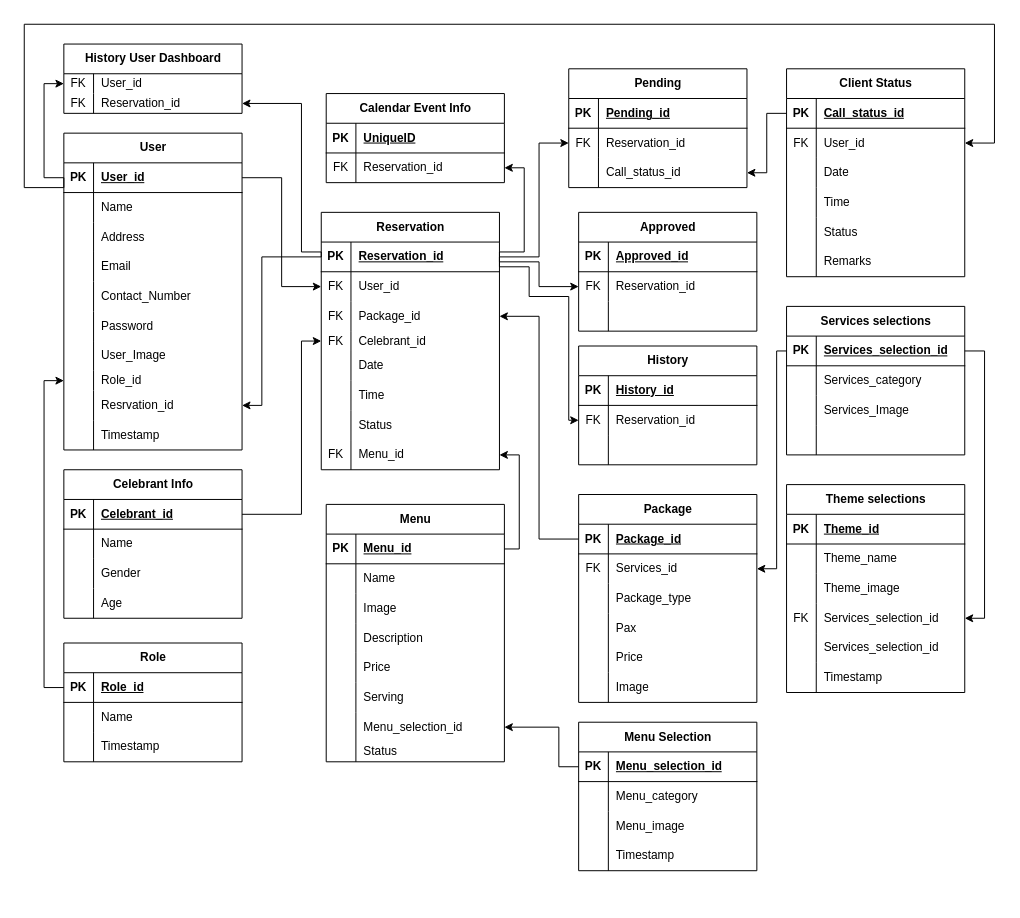
This is Untitled Diagram.drawio from jcedriciglesias/Mihanz-Catering-Redo, a draw.io file, before an edit. Source tidied: cells renumbered, new cells numbered last; positions are measured from the earlier drawing's top-left corner, leaving out a move shared by most shapes. Both pictures are drawn from the tidied source at 99%, with x=0, y=0 at pixel (24, 24).
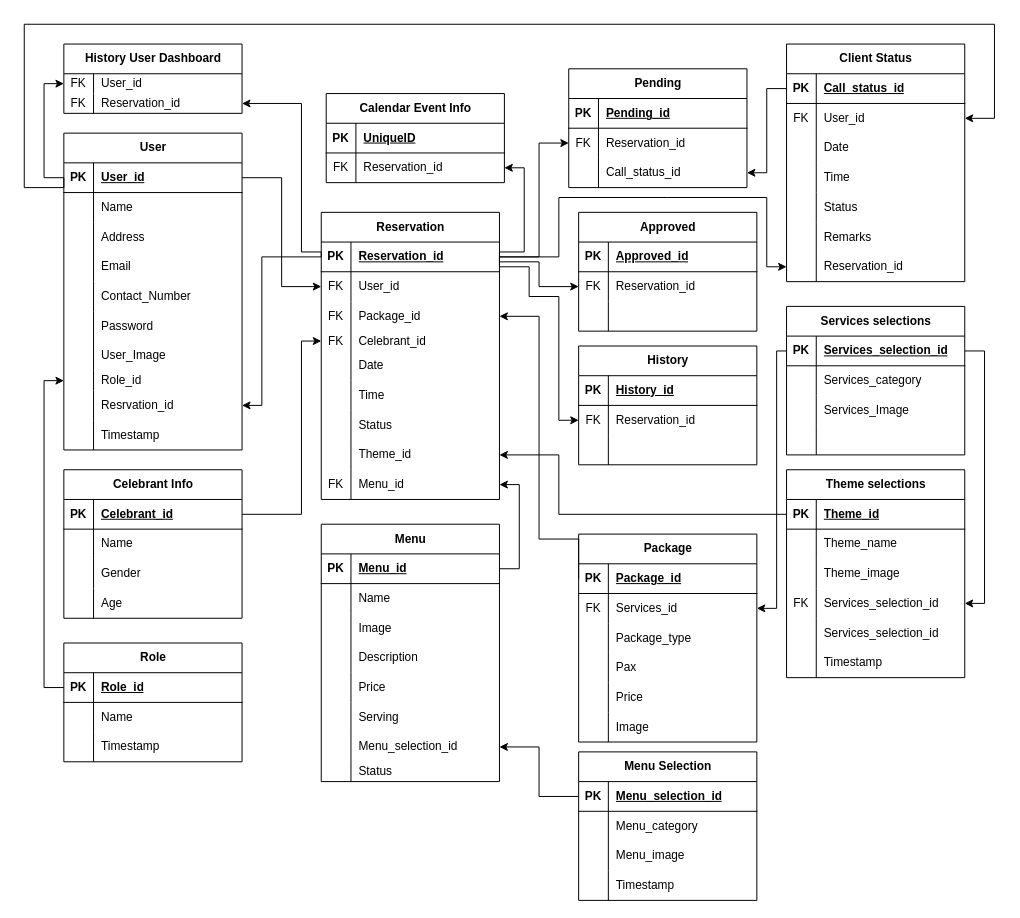
Above is the later version.

Unchanged cells that the change refers to:
```xml
<mxCell id="3" style="shape=tableRow;horizontal=0;startSize=0;swimlaneHead=0;swimlaneBody=0;fillColor=none;points=[[0,0.5],[1,0.5]];portConstraint=eastwest;top=0;left=0;right=0;bottom=1;" parent="2" vertex="1">
  <mxGeometry y="30" width="180" height="30" as="geometry" />
</mxCell>
<mxCell id="34" style="shape=tableRow;horizontal=0;startSize=0;swimlaneHead=0;swimlaneBody=0;fillColor=none;points=[[0,0.5],[1,0.5]];portConstraint=eastwest;top=0;left=0;right=0;bottom=1;" parent="33" vertex="1">
  <mxGeometry y="30" width="180" height="30" as="geometry" />
</mxCell>
<mxCell id="69" style="shape=tableRow;horizontal=0;startSize=0;swimlaneHead=0;swimlaneBody=0;fillColor=none;points=[[0,0.5],[1,0.5]];portConstraint=eastwest;top=0;left=0;right=0;bottom=1;" parent="68" vertex="1">
  <mxGeometry y="30" width="180" height="30" as="geometry" />
</mxCell>
<mxCell id="87" style="shape=tableRow;horizontal=0;startSize=0;swimlaneHead=0;swimlaneBody=0;fillColor=none;points=[[0,0.5],[1,0.5]];portConstraint=eastwest;top=0;left=0;right=0;bottom=0;" parent="68" vertex="1">
  <mxGeometry y="210" width="180" height="30" as="geometry" />
</mxCell>
<mxCell id="98" style="shape=tableRow;horizontal=0;startSize=0;swimlaneHead=0;swimlaneBody=0;fillColor=none;points=[[0,0.5],[1,0.5]];portConstraint=eastwest;top=0;left=0;right=0;bottom=0;" parent="94" vertex="1">
  <mxGeometry y="60" width="180" height="30" as="geometry" />
</mxCell>
<mxCell id="118" style="shape=tableRow;horizontal=0;startSize=0;swimlaneHead=0;swimlaneBody=0;fillColor=none;points=[[0,0.5],[1,0.5]];portConstraint=eastwest;top=0;left=0;right=0;bottom=0;" parent="114" vertex="1">
  <mxGeometry y="60" width="180" height="30" as="geometry" />
</mxCell>
<mxCell id="134" style="shape=tableRow;horizontal=0;startSize=0;swimlaneHead=0;swimlaneBody=0;fillColor=none;points=[[0,0.5],[1,0.5]];portConstraint=eastwest;top=0;left=0;right=0;bottom=1;" parent="133" vertex="1">
  <mxGeometry y="30" width="180" height="30" as="geometry" />
</mxCell>
<mxCell id="147" style="shape=tableRow;horizontal=0;startSize=0;swimlaneHead=0;swimlaneBody=0;fillColor=none;points=[[0,0.5],[1,0.5]];portConstraint=eastwest;top=0;left=0;right=0;bottom=1;" parent="146" vertex="1">
  <mxGeometry y="30" width="180" height="30" as="geometry" />
</mxCell>
<mxCell id="179" style="shape=tableRow;horizontal=0;startSize=0;swimlaneHead=0;swimlaneBody=0;fillColor=none;points=[[0,0.5],[1,0.5]];portConstraint=eastwest;top=0;left=0;right=0;bottom=0;" parent="175" vertex="1">
  <mxGeometry y="60" width="180" height="30" as="geometry" />
</mxCell>
<mxCell id="233" style="shape=tableRow;horizontal=0;startSize=0;swimlaneHead=0;swimlaneBody=0;fillColor=none;points=[[0,0.5],[1,0.5]];portConstraint=eastwest;top=0;left=0;right=0;bottom=1;" parent="232" vertex="1">
  <mxGeometry y="30" width="180" height="30" as="geometry" />
</mxCell>
```

What changed in the source:
```diff
@@
     <mxCell id="33" value="Reservation" style="shape=table;startSize=30;childLayout=tableLayout;rowLines=0;fontStyle=1;align=center;html=1;" parent="1" vertex="1">
-      <mxGeometry x="300" y="190" width="180" height="260" as="geometry" />
+      <mxGeometry x="300" y="190" width="180" height="290" as="geometry" />
     </mxCell>
@@
+    <mxCell id="250" style="shape=tableRow;horizontal=0;startSize=0;swimlaneHead=0;swimlaneBody=0;fillColor=none;points=[[0,0.5],[1,0.5]];portConstraint=eastwest;top=0;left=0;right=0;bottom=0;" parent="33" vertex="1">
+      <mxGeometry y="230" width="180" height="30" as="geometry" />
+    </mxCell>
+    <mxCell id="251" style="shape=partialRectangle;fillColor=none;top=0;left=0;bottom=0;right=0;overflow=hidden;whiteSpace=wrap;html=1;" parent="250" vertex="1">
+      <mxGeometry width="30" height="30" as="geometry" />
+    </mxCell>
+    <mxCell id="252" value="Theme_id" style="shape=partialRectangle;fillColor=none;top=0;left=0;bottom=0;right=0;align=left;spacingLeft=6;overflow=hidden;whiteSpace=wrap;html=1;" parent="250" vertex="1">
+      <mxGeometry x="30" width="150" height="30" as="geometry" />
+    </mxCell>
     <mxCell id="55" style="shape=tableRow;horizontal=0;startSize=0;swimlaneHead=0;swimlaneBody=0;fillColor=none;points=[[0,0.5],[1,0.5]];portConstraint=eastwest;top=0;left=0;right=0;bottom=0;" parent="33" vertex="1">
-      <mxGeometry y="230" width="180" height="30" as="geometry" />
+      <mxGeometry y="260" width="180" height="30" as="geometry" />
     </mxCell>
@@
     <mxCell id="68" value="Menu" style="shape=table;startSize=30;childLayout=tableLayout;rowLines=0;fontStyle=1;align=center;html=1;" parent="1" vertex="1">
-      <mxGeometry x="305" y="485" width="180" height="260" as="geometry" />
+      <mxGeometry x="300" y="505" width="180" height="260" as="geometry" />
     </mxCell>
@@
     <mxCell id="93" style="edgeStyle=orthogonalEdgeStyle;rounded=0;jettySize=auto;html=1;exitX=1;exitY=0.5;exitDx=0;exitDy=0;entryX=1;entryY=0.5;entryDx=0;entryDy=0;" parent="1" edge="1" source="69" target="55">
       <mxGeometry relative="1" as="geometry">
         <Array as="points">
-          <mxPoint x="500" y="530" />
-          <mxPoint x="500" y="435" />
+          <mxPoint x="500" y="550" />
+          <mxPoint x="500" y="465" />
         </Array>
       </mxGeometry>
     </mxCell>
     <mxCell id="94" value="Client Status" style="shape=table;startSize=30;childLayout=tableLayout;rowLines=0;fontStyle=1;align=center;html=1;" parent="1" vertex="1">
-      <mxGeometry x="770" y="45" width="180" height="210" as="geometry" />
+      <mxGeometry x="770" y="20" width="180" height="240" as="geometry" />
     </mxCell>
@@
+    <mxCell id="253" style="shape=tableRow;horizontal=0;startSize=0;swimlaneHead=0;swimlaneBody=0;fillColor=none;points=[[0,0.5],[1,0.5]];portConstraint=eastwest;top=0;left=0;right=0;bottom=0;" parent="94" vertex="1">
+      <mxGeometry y="210" width="180" height="30" as="geometry" />
+    </mxCell>
+    <mxCell id="254" style="shape=partialRectangle;fillColor=none;top=0;left=0;bottom=0;right=0;overflow=hidden;whiteSpace=wrap;html=1;" parent="253" vertex="1">
+      <mxGeometry width="30" height="30" as="geometry" />
+    </mxCell>
+    <mxCell id="255" value="Reservation_id" style="shape=partialRectangle;fillColor=none;top=0;left=0;bottom=0;right=0;align=left;spacingLeft=6;overflow=hidden;whiteSpace=wrap;html=1;" parent="253" vertex="1">
+      <mxGeometry x="30" width="150" height="30" as="geometry" />
+    </mxCell>
     <mxCell id="113" style="edgeStyle=orthogonalEdgeStyle;rounded=0;jettySize=auto;html=1;exitX=0;exitY=0.5;exitDx=0;exitDy=0;entryX=1;entryY=0.5;entryDx=0;entryDy=0;" parent="1" edge="1" source="3" target="98">
       <mxGeometry relative="1" as="geometry">
         <Array as="points">
           <mxPoint x="40" y="165" />
           <mxPoint y="165" />
           <mxPoint />
           <mxPoint x="980" />
-          <mxPoint x="980" y="120" />
+          <mxPoint x="980" y="95" />
         </Array>
       </mxGeometry>
     </mxCell>
     <mxCell id="114" value="Package" style="shape=table;startSize=30;childLayout=tableLayout;rowLines=0;fontStyle=1;align=center;html=1;" parent="1" vertex="1">
-      <mxGeometry x="560" y="475" width="180" height="210" as="geometry" />
+      <mxGeometry x="560" y="515" width="180" height="210" as="geometry" />
     </mxCell>
@@
     <mxCell id="146" value="Theme selections" style="shape=table;startSize=30;childLayout=tableLayout;rowLines=0;fontStyle=1;align=center;html=1;" parent="1" vertex="1">
-      <mxGeometry x="770" y="465" width="180" height="210" as="geometry" />
+      <mxGeometry x="770" y="450" width="180" height="210" as="geometry" />
     </mxCell>
@@
     <mxCell id="197" style="edgeStyle=orthogonalEdgeStyle;rounded=0;jettySize=auto;html=1;exitX=1;exitY=0.5;exitDx=0;exitDy=0;entryX=0;entryY=0.5;entryDx=0;entryDy=0;" parent="1" edge="1" source="34" target="179">
       <mxGeometry relative="1" as="geometry">
         <Array as="points">
           <mxPoint x="480" y="245" />
           <mxPoint x="510" y="245" />
           <mxPoint x="510" y="275" />
-          <mxPoint x="550" y="275" />
-          <mxPoint x="550" y="400" />
+          <mxPoint x="540" y="275" />
+          <mxPoint x="540" y="400" />
         </Array>
       </mxGeometry>
     </mxCell>
@@
     <mxCell id="232" value="Menu Selection" style="shape=table;startSize=30;childLayout=tableLayout;rowLines=0;fontStyle=1;align=center;html=1;" parent="1" vertex="1">
-      <mxGeometry x="560" y="705" width="180" height="150" as="geometry" />
+      <mxGeometry x="560" y="735" width="180" height="150" as="geometry" />
     </mxCell>
@@
     <mxCell id="246" style="edgeStyle=orthogonalEdgeStyle;rounded=0;jettySize=auto;html=1;exitX=0;exitY=0.5;exitDx=0;exitDy=0;entryX=1;entryY=0.5;entryDx=0;entryDy=0;" parent="1" edge="1" source="134" target="118">
       <mxGeometry relative="1" as="geometry">
         <Array as="points">
           <mxPoint x="760" y="330" />
-          <mxPoint x="760" y="550" />
+          <mxPoint x="760" y="590" />
         </Array>
       </mxGeometry>
     </mxCell>
@@
     <mxCell id="248" style="edgeStyle=orthogonalEdgeStyle;rounded=0;jettySize=auto;html=1;exitX=0;exitY=0.5;exitDx=0;exitDy=0;entryX=1;entryY=0.5;entryDx=0;entryDy=0;" parent="1" edge="1" source="233" target="87">
       <mxGeometry relative="1" as="geometry">
         <Array as="points">
-          <mxPoint x="540" y="750" />
-          <mxPoint x="540" y="710" />
+          <mxPoint x="520" y="780" />
+          <mxPoint x="520" y="730" />
         </Array>
       </mxGeometry>
     </mxCell>
@@
+    <mxCell id="256" style="edgeStyle=orthogonalEdgeStyle;rounded=0;jettySize=auto;html=1;exitX=0;exitY=0.5;exitDx=0;exitDy=0;entryX=1;entryY=0.5;entryDx=0;entryDy=0;" parent="1" edge="1" source="147" target="250">
+      <mxGeometry relative="1" as="geometry">
+        <Array as="points">
+          <mxPoint x="540" y="495" />
+          <mxPoint x="540" y="435" />
+        </Array>
+      </mxGeometry>
+    </mxCell>
+    <mxCell id="257" style="endArrow=classic;html=1;rounded=0;exitX=1;exitY=0.5;exitDx=0;exitDy=0;entryX=0;entryY=0.5;entryDx=0;entryDy=0;" parent="1" edge="1" source="34" target="253">
+      <mxGeometry relative="1" as="geometry">
+        <Array as="points">
+          <mxPoint x="540" y="235" />
+          <mxPoint x="540" y="175" />
+          <mxPoint x="650" y="175" />
+          <mxPoint x="750" y="175" />
+          <mxPoint x="750" y="245" />
+        </Array>
+      </mxGeometry>
+    </mxCell>
```
